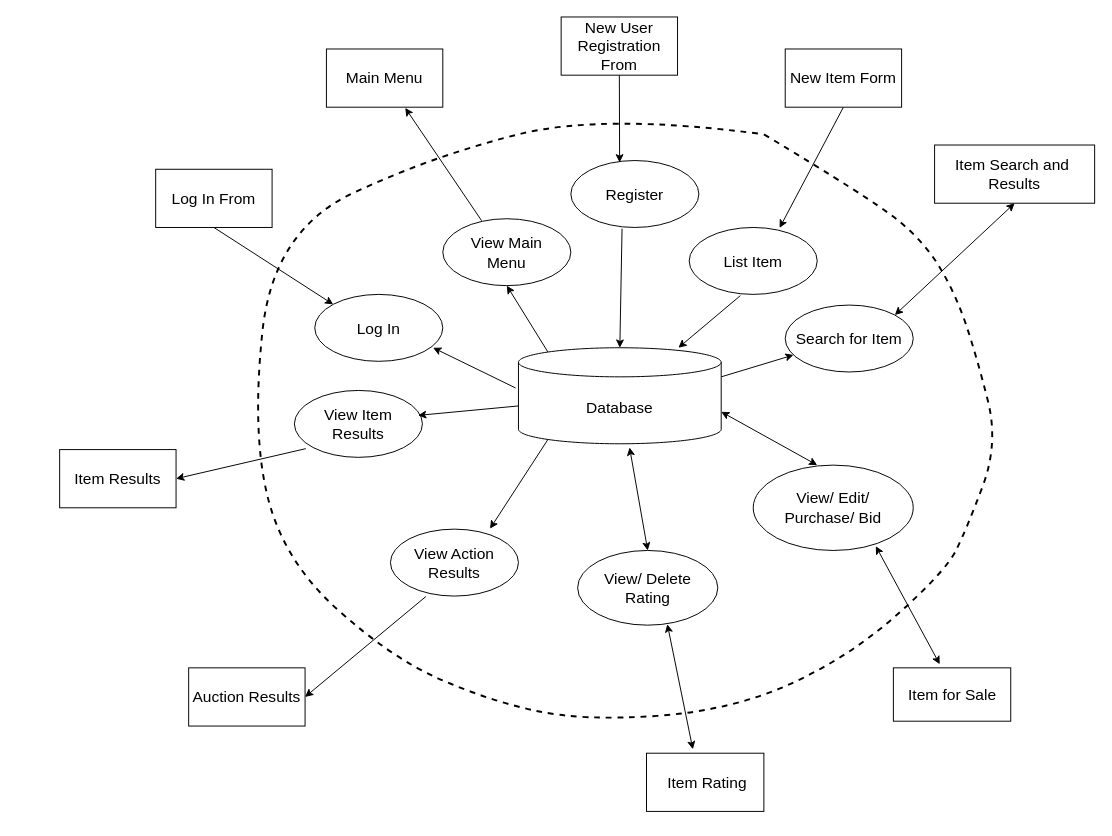
Earlier version of the draw.io diagram Deliverables/IFD.drawio (leileili1010/Buzzbid). Source tidied: cells renumbered, new cells numbered last; positions are measured from the earlier drawing's top-left corner, leaving out a move shared by most shapes. Both pictures are drawn from the tidied source at 97%, with x=0, y=0 at pixel (59, 16).
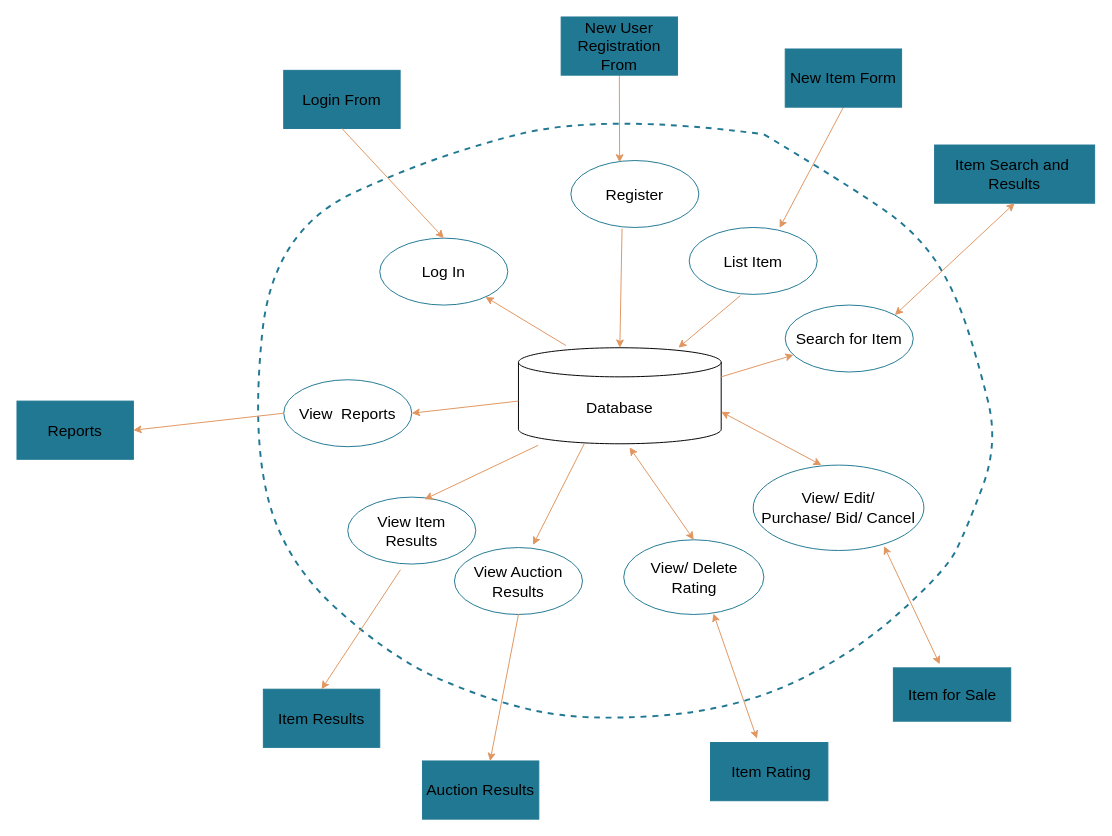
The same diagram, later.

Unchanged cells that the change refers to:
```xml
<mxCell id="3" value="&lt;font style=&quot;font-size: 16px;&quot;&gt;Database&lt;/font&gt;" style="shape=cylinder3;whiteSpace=wrap;html=1;boundedLbl=1;backgroundOutline=1;size=15;fontSize=16;points=[[0,0,0,0,15],[0,0,0,0,30],[0,0,0,0,60],[0,0.5,0,0,0],[0,1,0,0,-15],[0.145,0,0,0,4.35],[0.145,1,0,0,-4.35],[0.5,0,0,0,0],[0.5,1,0,0,0],[0.855,0,0,0,4.35],[0.855,1,0,0,-4.35],[1,0,0,0,15],[1,0,0,0,30],[1,0,0,0,60],[1,0.5,0,0,0],[1,1,0,0,-15]];" parent="1" vertex="1">
  <mxGeometry x="473" y="341" width="209" height="99" as="geometry" />
</mxCell>
```

What changed in the source:
```diff
@@
-    <mxCell id="2" style="endArrow=none;dashed=1;html=1;strokeWidth=2;rounded=0;curved=1;" parent="1" edge="1">
+    <mxCell id="2" style="endArrow=none;dashed=1;html=1;strokeWidth=2;rounded=0;curved=1;strokeColor=#217893;" parent="1" edge="1">
       <mxGeometry relative="1" as="geometry">
         <mxPoint x="726" y="121" as="sourcePoint" />
         <mxPoint x="726" y="121" as="targetPoint" />
         <Array as="points">
           <mxPoint x="836" y="187" />
           <mxPoint x="891" y="231" />
           <mxPoint x="924" y="286" />
           <mxPoint x="946" y="352" />
           <mxPoint x="968" y="440" />
           <mxPoint x="935" y="528" />
           <mxPoint x="913" y="572" />
           <mxPoint x="814" y="660" />
           <mxPoint x="693" y="715" />
           <mxPoint x="539" y="726" />
           <mxPoint x="440" y="704" />
           <mxPoint x="341" y="660" />
           <mxPoint x="231" y="561" />
           <mxPoint x="198" y="429" />
           <mxPoint x="220" y="220" />
           <mxPoint x="385" y="143" />
           <mxPoint x="561" y="99" />
         </Array>
       </mxGeometry>
     </mxCell>
@@
-    <mxCell id="4" value="&lt;font style=&quot;font-size: 16px;&quot;&gt;Log In&lt;/font&gt;" style="ellipse;whiteSpace=wrap;html=1;" parent="1" vertex="1">
-      <mxGeometry x="263" y="286" width="132" height="69" as="geometry" />
+    <mxCell id="4" value="&lt;font style=&quot;font-size: 16px;&quot;&gt;Log In&lt;/font&gt;" style="ellipse;whiteSpace=wrap;html=1;strokeColor=#217893;" parent="1" vertex="1">
+      <mxGeometry x="330" y="228" width="132" height="69" as="geometry" />
     </mxCell>
-    <mxCell id="5" style="endArrow=classic;html=1;rounded=0;exitX=-0.014;exitY=0.419;exitDx=0;exitDy=0;exitPerimeter=0;entryX=0.924;entryY=0.797;entryDx=0;entryDy=0;entryPerimeter=0;" parent="1" edge="1" source="3" target="4">
-      <mxGeometry relative="1" as="geometry" />
-    </mxCell>
-    <mxCell id="6" style="endArrow=classic;html=1;rounded=0;exitX=0.5;exitY=1;exitDx=0;exitDy=0;entryX=0;entryY=0;entryDx=0;entryDy=0;" parent="1" edge="1" source="7" target="4">
-      <mxGeometry relative="1" as="geometry" />
-    </mxCell>
-    <mxCell id="7" value="Log In From" style="rounded=0;whiteSpace=wrap;html=1;fontSize=16;labelBackgroundColor=none;" parent="1" vertex="1">
-      <mxGeometry x="99" y="157" width="120" height="60" as="geometry" />
+    <mxCell id="7" value="Login From" style="rounded=0;whiteSpace=wrap;html=1;fontSize=16;labelBackgroundColor=none;fillColor=#217893;strokeColor=#217893;" parent="1" vertex="1">
+      <mxGeometry x="231" y="55" width="120" height="60" as="geometry" />
     </mxCell>
-    <mxCell id="8" value="&lt;font style=&quot;font-size: 16px;&quot;&gt;View Main &lt;br&gt;Menu&lt;/font&gt;" style="ellipse;whiteSpace=wrap;html=1;" parent="1" vertex="1">
-      <mxGeometry x="395" y="208" width="132" height="69" as="geometry" />
-    </mxCell>
-    <mxCell id="9" style="endArrow=classic;html=1;rounded=0;entryX=0.5;entryY=1;entryDx=0;entryDy=0;exitX=0.145;exitY=0;exitDx=0;exitDy=4.35;exitPerimeter=0;" parent="1" edge="1" source="3" target="8">
-      <mxGeometry relative="1" as="geometry" />
-    </mxCell>
-    <mxCell id="10" value="Main Menu" style="rounded=0;whiteSpace=wrap;html=1;fontSize=16;" parent="1" vertex="1">
-      <mxGeometry x="275" y="33" width="120" height="60" as="geometry" />
-    </mxCell>
-    <mxCell id="11" style="endArrow=classic;html=1;rounded=0;entryX=0.677;entryY=1.012;entryDx=0;entryDy=0;entryPerimeter=0;exitX=0.303;exitY=0.029;exitDx=0;exitDy=0;exitPerimeter=0;labelBackgroundColor=#fa8a3e;labelBorderColor=#fa8a3e;" parent="1" edge="1" source="8" target="10">
-      <mxGeometry relative="1" as="geometry" />
-    </mxCell>
-    <mxCell id="12" value="&lt;font style=&quot;font-size: 16px;&quot;&gt;Register&lt;/font&gt;" style="ellipse;whiteSpace=wrap;html=1;" parent="1" vertex="1">
+    <mxCell id="12" value="&lt;font style=&quot;font-size: 16px;&quot;&gt;Register&lt;/font&gt;" style="ellipse;whiteSpace=wrap;html=1;strokeColor=#217893;" parent="1" vertex="1">
       <mxGeometry x="527" y="148" width="132" height="69" as="geometry" />
     </mxCell>
-    <mxCell id="13" style="endArrow=classic;html=1;rounded=0;exitX=0.5;exitY=1;exitDx=0;exitDy=0;entryX=0.381;entryY=0.029;entryDx=0;entryDy=0;entryPerimeter=0;" parent="1" edge="1" source="14" target="12">
+    <mxCell id="13" style="endArrow=classic;html=1;rounded=0;exitX=0.5;exitY=1;exitDx=0;exitDy=0;entryX=0.381;entryY=0.029;entryDx=0;entryDy=0;entryPerimeter=0;strokeColor=#e1955f;" parent="1" edge="1" source="14" target="12">
       <mxGeometry relative="1" as="geometry" />
     </mxCell>
-    <mxCell id="14" value="New User Registration&lt;br&gt;From" style="rounded=0;whiteSpace=wrap;html=1;fontSize=16;" parent="1" vertex="1">
+    <mxCell id="14" value="New User Registration&lt;br&gt;From" style="rounded=0;whiteSpace=wrap;html=1;fontSize=16;strokeColor=#217893;fillColor=#217893;" parent="1" vertex="1">
       <mxGeometry x="517" width="120" height="60" as="geometry" />
     </mxCell>
-    <mxCell id="15" style="endArrow=classic;html=1;rounded=0;exitX=0.4;exitY=1.018;exitDx=0;exitDy=0;entryX=0.5;entryY=0;entryDx=0;entryDy=0;entryPerimeter=0;exitPerimeter=0;" parent="1" edge="1" source="12" target="3">
+    <mxCell id="15" style="endArrow=classic;html=1;rounded=0;exitX=0.4;exitY=1.018;exitDx=0;exitDy=0;entryX=0.5;entryY=0;entryDx=0;entryDy=0;entryPerimeter=0;exitPerimeter=0;strokeColor=#e1955f;" parent="1" edge="1" source="12" target="3">
       <mxGeometry relative="1" as="geometry" />
     </mxCell>
-    <mxCell id="16" value="&lt;font style=&quot;font-size: 16px;&quot;&gt;List Item&lt;/font&gt;" style="ellipse;whiteSpace=wrap;html=1;" parent="1" vertex="1">
+    <mxCell id="16" value="&lt;font style=&quot;font-size: 16px;&quot;&gt;List Item&lt;/font&gt;" style="ellipse;whiteSpace=wrap;html=1;strokeColor=#217893;" parent="1" vertex="1">
       <mxGeometry x="649" y="217" width="132" height="69" as="geometry" />
     </mxCell>
-    <mxCell id="17" style="endArrow=classic;html=1;rounded=0;exitX=0.5;exitY=1;exitDx=0;exitDy=0;entryX=0.706;entryY=0.007;entryDx=0;entryDy=0;entryPerimeter=0;" parent="1" edge="1" source="18" target="16">
+    <mxCell id="17" style="endArrow=classic;html=1;rounded=0;exitX=0.5;exitY=1;exitDx=0;exitDy=0;entryX=0.706;entryY=0.007;entryDx=0;entryDy=0;entryPerimeter=0;strokeColor=#e1955f;" parent="1" edge="1" source="18" target="16">
       <mxGeometry relative="1" as="geometry" />
     </mxCell>
-    <mxCell id="18" value="New Item Form" style="rounded=0;whiteSpace=wrap;html=1;fontSize=16;" parent="1" vertex="1">
+    <mxCell id="18" value="New Item Form" style="rounded=0;whiteSpace=wrap;html=1;fontSize=16;strokeColor=#217893;fillColor=#217893;" parent="1" vertex="1">
       <mxGeometry x="748" y="33" width="120" height="60" as="geometry" />
     </mxCell>
-    <mxCell id="19" style="endArrow=classic;html=1;rounded=0;exitX=0.4;exitY=1.018;exitDx=0;exitDy=0;entryX=0.789;entryY=0;entryDx=0;entryDy=0;entryPerimeter=0;exitPerimeter=0;" parent="1" edge="1" source="16" target="3">
+    <mxCell id="19" style="endArrow=classic;html=1;rounded=0;exitX=0.4;exitY=1.018;exitDx=0;exitDy=0;entryX=0.789;entryY=0;entryDx=0;entryDy=0;entryPerimeter=0;exitPerimeter=0;strokeColor=#e1955f;" parent="1" edge="1" source="16" target="3">
       <mxGeometry relative="1" as="geometry" />
     </mxCell>
-    <mxCell id="20" value="&lt;font style=&quot;font-size: 16px;&quot;&gt;Search for Item&lt;/font&gt;" style="ellipse;whiteSpace=wrap;html=1;" parent="1" vertex="1">
+    <mxCell id="20" value="&lt;font style=&quot;font-size: 16px;&quot;&gt;Search for Item&lt;/font&gt;" style="ellipse;whiteSpace=wrap;html=1;strokeColor=#217893;" parent="1" vertex="1">
       <mxGeometry x="748" y="297" width="132" height="69" as="geometry" />
     </mxCell>
-    <mxCell id="21" style="endArrow=classic;html=1;rounded=0;exitX=1;exitY=0;exitDx=0;exitDy=30;exitPerimeter=0;" parent="1" edge="1" source="3" target="20">
+    <mxCell id="21" style="endArrow=classic;html=1;rounded=0;exitX=1;exitY=0;exitDx=0;exitDy=30;exitPerimeter=0;strokeColor=#e1955f;" parent="1" edge="1" source="3" target="20">
       <mxGeometry relative="1" as="geometry" />
     </mxCell>
-    <mxCell id="22" value="Item Search and&amp;nbsp;&lt;br&gt;Results" style="rounded=0;whiteSpace=wrap;html=1;fontSize=16;labelBackgroundColor=none;" parent="1" vertex="1">
+    <mxCell id="22" value="Item Search and&amp;nbsp;&lt;br&gt;Results" style="rounded=0;whiteSpace=wrap;html=1;fontSize=16;labelBackgroundColor=none;strokeColor=#217893;fillColor=#217893;" parent="1" vertex="1">
       <mxGeometry x="902" y="132" width="165" height="60" as="geometry" />
     </mxCell>
-    <mxCell id="23" value="&lt;span style=&quot;font-size: 16px;&quot;&gt;View/ Edit/ &lt;br&gt;Purchase/&amp;nbsp;Bid&lt;br&gt;&lt;/span&gt;" style="ellipse;whiteSpace=wrap;html=1;" parent="1" vertex="1">
-      <mxGeometry x="715" y="462" width="165" height="88" as="geometry" />
+    <mxCell id="23" value="&lt;span style=&quot;font-size: 16px;&quot;&gt;View/ Edit/ &lt;br&gt;Purchase/&amp;nbsp;Bid/ Cancel&lt;br&gt;&lt;/span&gt;" style="ellipse;whiteSpace=wrap;html=1;strokeColor=#217893;" parent="1" vertex="1">
+      <mxGeometry x="715" y="462" width="176" height="88" as="geometry" />
     </mxCell>
-    <mxCell id="24" value="Item for Sale" style="rounded=0;whiteSpace=wrap;html=1;fontSize=16;labelBackgroundColor=none;" parent="1" vertex="1">
+    <mxCell id="24" value="Item for Sale" style="rounded=0;whiteSpace=wrap;html=1;fontSize=16;labelBackgroundColor=none;strokeColor=#217893;fillColor=#217893;" parent="1" vertex="1">
       <mxGeometry x="859.5" y="671" width="121" height="55" as="geometry" />
     </mxCell>
-    <mxCell id="25" style="endArrow=classic;startArrow=classic;html=1;rounded=0;exitX=0.4;exitY=0;exitDx=0;exitDy=0;exitPerimeter=0;entryX=1;entryY=0.667;entryDx=0;entryDy=0;entryPerimeter=0;" parent="1" edge="1" source="23" target="3">
+    <mxCell id="25" style="endArrow=classic;startArrow=classic;html=1;rounded=0;exitX=0.4;exitY=0;exitDx=0;exitDy=0;exitPerimeter=0;entryX=1;entryY=0.667;entryDx=0;entryDy=0;entryPerimeter=0;strokeColor=#e1955f;" parent="1" edge="1" source="23" target="3">
       <mxGeometry relative="1" as="geometry" />
     </mxCell>
-    <mxCell id="26" style="endArrow=classic;startArrow=classic;html=1;rounded=0;entryX=0.766;entryY=0.949;entryDx=0;entryDy=0;entryPerimeter=0;exitX=0.395;exitY=-0.067;exitDx=0;exitDy=0;exitPerimeter=0;" parent="1" edge="1" source="24" target="23">
+    <mxCell id="26" style="endArrow=classic;startArrow=classic;html=1;rounded=0;entryX=0.766;entryY=0.949;entryDx=0;entryDy=0;entryPerimeter=0;exitX=0.395;exitY=-0.067;exitDx=0;exitDy=0;exitPerimeter=0;strokeColor=#e1955f;" parent="1" edge="1" source="24" target="23">
       <mxGeometry relative="1" as="geometry" />
     </mxCell>
-    <mxCell id="27" value="&lt;span style=&quot;font-size: 16px;&quot;&gt;View/ Delete&lt;br&gt;Rating&lt;br&gt;&lt;/span&gt;" style="ellipse;whiteSpace=wrap;html=1;" parent="1" vertex="1">
-      <mxGeometry x="534" y="550" width="144.5" height="77" as="geometry" />
+    <mxCell id="27" value="&lt;span style=&quot;font-size: 16px;&quot;&gt;View/ Delete&lt;br&gt;Rating&lt;br&gt;&lt;/span&gt;" style="ellipse;whiteSpace=wrap;html=1;strokeColor=#217893;" parent="1" vertex="1">
+      <mxGeometry x="581.5" y="539" width="144.5" height="77" as="geometry" />
     </mxCell>
-    <mxCell id="28" value="&amp;nbsp;Item Rating" style="rounded=0;whiteSpace=wrap;html=1;fontSize=16;labelBackgroundColor=none;" parent="1" vertex="1">
-      <mxGeometry x="605" y="759" width="121" height="60" as="geometry" />
+    <mxCell id="28" value="&amp;nbsp;Item Rating" style="rounded=0;whiteSpace=wrap;html=1;fontSize=16;labelBackgroundColor=none;strokeColor=#217893;fillColor=#217893;" parent="1" vertex="1">
+      <mxGeometry x="671" y="748" width="121" height="60" as="geometry" />
     </mxCell>
-    <mxCell id="29" style="endArrow=classic;startArrow=classic;html=1;rounded=0;exitX=0.5;exitY=0;exitDx=0;exitDy=0;entryX=0.548;entryY=1.038;entryDx=0;entryDy=0;entryPerimeter=0;" parent="1" edge="1" source="27" target="3">
+    <mxCell id="29" style="endArrow=classic;startArrow=classic;html=1;rounded=0;exitX=0.5;exitY=0;exitDx=0;exitDy=0;entryX=0.548;entryY=1.038;entryDx=0;entryDy=0;entryPerimeter=0;strokeColor=#e1955f;" parent="1" edge="1" source="27" target="3">
       <mxGeometry relative="1" as="geometry" />
     </mxCell>
-    <mxCell id="30" style="endArrow=classic;startArrow=classic;html=1;rounded=0;exitX=0.395;exitY=-0.067;exitDx=0;exitDy=0;exitPerimeter=0;entryX=0.64;entryY=0.987;entryDx=0;entryDy=0;entryPerimeter=0;" parent="1" edge="1" source="28" target="27">
+    <mxCell id="30" style="endArrow=classic;startArrow=classic;html=1;rounded=0;exitX=0.395;exitY=-0.067;exitDx=0;exitDy=0;exitPerimeter=0;entryX=0.64;entryY=0.987;entryDx=0;entryDy=0;entryPerimeter=0;strokeColor=#e1955f;" parent="1" edge="1" source="28" target="27">
       <mxGeometry relative="1" as="geometry" />
     </mxCell>
-    <mxCell id="31" value="&lt;span style=&quot;font-size: 16px;&quot;&gt;View Item &lt;br&gt;Results&lt;/span&gt;" style="ellipse;whiteSpace=wrap;html=1;" parent="1" vertex="1">
-      <mxGeometry x="242" y="385" width="132" height="69" as="geometry" />
+    <mxCell id="31" value="&lt;span style=&quot;font-size: 16px;&quot;&gt;View Item &lt;br&gt;Results&lt;/span&gt;" style="ellipse;whiteSpace=wrap;html=1;strokeColor=#217893;" parent="1" vertex="1">
+      <mxGeometry x="297" y="495" width="132" height="69" as="geometry" />
     </mxCell>
-    <mxCell id="32" style="endArrow=classic;html=1;rounded=0;entryX=0.966;entryY=0.373;entryDx=0;entryDy=0;exitX=0;exitY=0;exitDx=0;exitDy=60;exitPerimeter=0;entryPerimeter=0;" parent="1" edge="1" source="3" target="31">
+    <mxCell id="32" style="endArrow=classic;html=1;rounded=0;entryX=0.6;entryY=0.033;entryDx=0;entryDy=0;exitX=0.097;exitY=1.016;exitDx=0;exitDy=0;exitPerimeter=0;entryPerimeter=0;strokeColor=#e1955f;" parent="1" edge="1" source="3" target="31">
       <mxGeometry relative="1" as="geometry" />
     </mxCell>
-    <mxCell id="33" value="Item Results" style="rounded=0;whiteSpace=wrap;html=1;fontSize=16;" parent="1" vertex="1">
-      <mxGeometry y="446" width="120" height="60" as="geometry" />
+    <mxCell id="33" value="Item Results" style="rounded=0;whiteSpace=wrap;html=1;fontSize=16;strokeColor=#217893;fillColor=#217893;" parent="1" vertex="1">
+      <mxGeometry x="210" y="693" width="120" height="60" as="geometry" />
     </mxCell>
-    <mxCell id="34" style="endArrow=classic;html=1;rounded=0;entryX=1;entryY=0.5;entryDx=0;entryDy=0;exitX=0.089;exitY=0.87;exitDx=0;exitDy=0;exitPerimeter=0;labelBackgroundColor=#fa8a3e;labelBorderColor=#fa8a3e;" parent="1" edge="1" source="31" target="33">
+    <mxCell id="34" style="endArrow=classic;html=1;rounded=0;exitX=0.412;exitY=1.085;exitDx=0;exitDy=0;exitPerimeter=0;labelBackgroundColor=#fa8a3e;labelBorderColor=#fa8a3e;strokeColor=#e1955f;entryX=0.5;entryY=0;entryDx=0;entryDy=0;" parent="1" edge="1" source="31" target="33">
       <mxGeometry relative="1" as="geometry" />
     </mxCell>
-    <mxCell id="35" value="&lt;span style=&quot;font-size: 16px;&quot;&gt;View Action&lt;br&gt;Results&lt;/span&gt;" style="ellipse;whiteSpace=wrap;html=1;" parent="1" vertex="1">
-      <mxGeometry x="341" y="528" width="132" height="69" as="geometry" />
+    <mxCell id="35" value="&lt;span style=&quot;font-size: 16px;&quot;&gt;View Auction&lt;br&gt;Results&lt;/span&gt;" style="ellipse;whiteSpace=wrap;html=1;strokeColor=#217893;" parent="1" vertex="1">
+      <mxGeometry x="407" y="547" width="132" height="69" as="geometry" />
     </mxCell>
-    <mxCell id="36" style="endArrow=classic;html=1;rounded=0;entryX=0.778;entryY=-0.007;entryDx=0;entryDy=0;exitX=0.145;exitY=1;exitDx=0;exitDy=-4.35;exitPerimeter=0;entryPerimeter=0;" parent="1" edge="1" source="3" target="35">
-      <mxGeometry relative="1" as="geometry" />
+    <mxCell id="36" style="endArrow=classic;html=1;rounded=0;entryX=0.614;entryY=-0.039;entryDx=0;entryDy=0;exitX=0.377;exitY=1.03;exitDx=0;exitDy=0;exitPerimeter=0;entryPerimeter=0;strokeColor=#e1955f;" parent="1" edge="1" target="35">
+      <mxGeometry relative="1" as="geometry">
+        <mxPoint x="540.8" y="440" as="sourcePoint" />
+      </mxGeometry>
     </mxCell>
-    <mxCell id="37" value="Auction Results" style="rounded=0;whiteSpace=wrap;html=1;fontSize=16;" parent="1" vertex="1">
-      <mxGeometry x="133" y="671" width="120" height="60" as="geometry" />
+    <mxCell id="37" value="Auction Results" style="rounded=0;whiteSpace=wrap;html=1;fontSize=16;strokeColor=#217893;fillColor=#217893;" parent="1" vertex="1">
+      <mxGeometry x="374" y="767" width="120" height="60" as="geometry" />
     </mxCell>
-    <mxCell id="38" style="endArrow=classic;html=1;rounded=0;entryX=1;entryY=0.5;entryDx=0;entryDy=0;exitX=0.277;exitY=1.007;exitDx=0;exitDy=0;exitPerimeter=0;labelBackgroundColor=#fa8a3e;labelBorderColor=#fa8a3e;" parent="1" edge="1" source="35" target="37">
+    <mxCell id="38" style="endArrow=classic;html=1;rounded=0;entryX=0.581;entryY=0.002;entryDx=0;entryDy=0;exitX=0.5;exitY=1;exitDx=0;exitDy=0;labelBackgroundColor=#fa8a3e;labelBorderColor=#fa8a3e;strokeColor=#e1955f;entryPerimeter=0;" parent="1" edge="1" source="35" target="37">
       <mxGeometry relative="1" as="geometry" />
     </mxCell>
-    <mxCell id="39" style="endArrow=classic;startArrow=classic;html=1;rounded=0;entryX=1;entryY=0;entryDx=0;entryDy=0;exitX=0.5;exitY=1;exitDx=0;exitDy=0;" parent="1" edge="1" source="22" target="20">
+    <mxCell id="39" style="endArrow=classic;startArrow=classic;html=1;rounded=0;entryX=1;entryY=0;entryDx=0;entryDy=0;exitX=0.5;exitY=1;exitDx=0;exitDy=0;strokeColor=#e1955f;" parent="1" edge="1" source="22" target="20">
       <mxGeometry relative="1" as="geometry" />
     </mxCell>
+    <mxCell id="6" style="endArrow=classic;html=1;rounded=0;exitX=0.5;exitY=1;exitDx=0;exitDy=0;entryX=0.5;entryY=0;entryDx=0;entryDy=0;fillColor=#171D05;strokeColor=#e1955f;" parent="1" edge="1" source="7" target="4">
+      <mxGeometry relative="1" as="geometry" />
+    </mxCell>
+    <mxCell id="5" style="endArrow=classic;html=1;rounded=0;exitX=0.234;exitY=-0.023;exitDx=0;exitDy=0;exitPerimeter=0;strokeColor=#e1955f;" parent="1" edge="1" source="3" target="4">
+      <mxGeometry relative="1" as="geometry" />
+    </mxCell>
+    <mxCell id="40" value="&lt;span style=&quot;font-size: 16px;&quot;&gt;View&amp;nbsp; Reports&lt;/span&gt;" style="ellipse;whiteSpace=wrap;html=1;strokeColor=#217893;" parent="1" vertex="1">
+      <mxGeometry x="231" y="374" width="132" height="69" as="geometry" />
+    </mxCell>
+    <mxCell id="41" style="endArrow=classic;html=1;rounded=0;entryX=1;entryY=0.5;entryDx=0;entryDy=0;strokeColor=#e1955f;" parent="1" edge="1" target="40">
+      <mxGeometry relative="1" as="geometry">
+        <mxPoint x="473" y="396" as="sourcePoint" />
+      </mxGeometry>
+    </mxCell>
+    <mxCell id="42" value="Reports" style="rounded=0;whiteSpace=wrap;html=1;fontSize=16;strokeColor=#217893;fillColor=#217893;" parent="1" vertex="1">
+      <mxGeometry x="-44" y="396" width="120" height="60" as="geometry" />
+    </mxCell>
+    <mxCell id="43" style="endArrow=classic;html=1;rounded=0;entryX=1;entryY=0.5;entryDx=0;entryDy=0;exitX=0;exitY=0.5;exitDx=0;exitDy=0;labelBackgroundColor=#fa8a3e;labelBorderColor=#fa8a3e;strokeColor=#e1955f;" parent="1" edge="1" source="40" target="42">
+      <mxGeometry relative="1" as="geometry" />
+    </mxCell>
```
